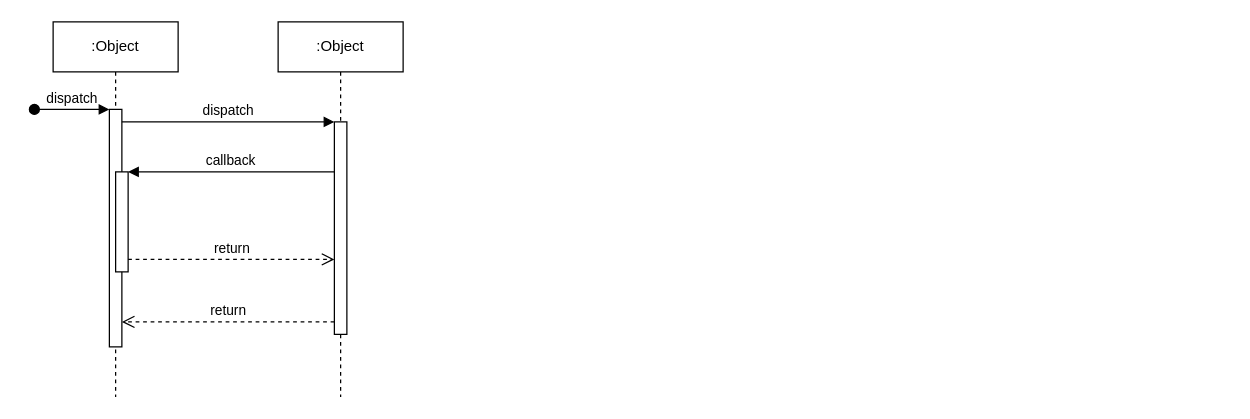
This is 시퀀스다이어그램.drawio from corrvax/toby, a draw.io file, before an edit. Source tidied: cells renumbered, new cells numbered last; positions are measured from the earlier drawing's top-left corner, leaving out a move shared by most shapes. Both pictures are drawn from the tidied source at 125%, with x=0, y=0 at pixel (34, 21).
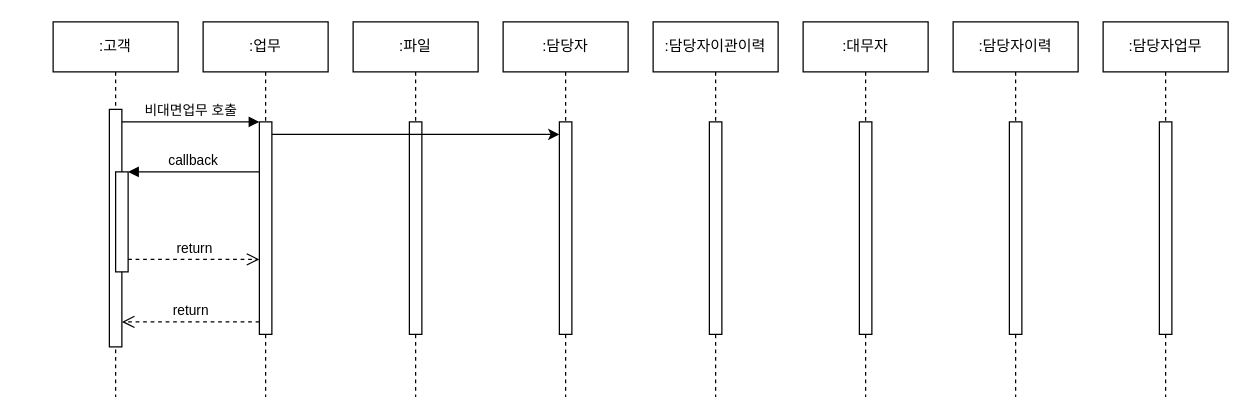
After the change.

Commit message:
시퀀스다이어그램.drawio 업데이트

Unchanged cells that the change refers to:
```xml
<mxCell id="3" style="html=1;points=[];perimeter=orthogonalPerimeter;outlineConnect=0;targetShapes=umlLifeline;portConstraint=eastwest;newEdgeStyle={&quot;edgeStyle&quot;:&quot;elbowEdgeStyle&quot;,&quot;elbow&quot;:&quot;vertical&quot;,&quot;curved&quot;:0,&quot;rounded&quot;:0};" parent="2" vertex="1">
  <mxGeometry x="45" y="70" width="10" height="190" as="geometry" />
</mxCell>
<mxCell id="7" style="html=1;points=[];perimeter=orthogonalPerimeter;outlineConnect=0;targetShapes=umlLifeline;portConstraint=eastwest;newEdgeStyle={&quot;edgeStyle&quot;:&quot;elbowEdgeStyle&quot;,&quot;elbow&quot;:&quot;vertical&quot;,&quot;curved&quot;:0,&quot;rounded&quot;:0};" parent="6" vertex="1">
  <mxGeometry x="45" y="80" width="10" height="170" as="geometry" />
</mxCell>
```

The edit, as a diff of the source:
```diff
@@
-    <mxCell id="2" value=":Object" style="shape=umlLifeline;perimeter=lifelinePerimeter;whiteSpace=wrap;html=1;newEdgeStyle={&quot;edgeStyle&quot;:&quot;elbowEdgeStyle&quot;,&quot;elbow&quot;:&quot;vertical&quot;,&quot;curved&quot;:0,&quot;rounded&quot;:0};" parent="1" vertex="1">
+    <mxCell id="2" value=":고객" style="shape=umlLifeline;perimeter=lifelinePerimeter;whiteSpace=wrap;html=1;newEdgeStyle={&quot;edgeStyle&quot;:&quot;elbowEdgeStyle&quot;,&quot;elbow&quot;:&quot;vertical&quot;,&quot;curved&quot;:0,&quot;rounded&quot;:0};" parent="1" vertex="1">
       <mxGeometry x="15" width="100" height="300" as="geometry" />
     </mxCell>
@@
-    <mxCell id="4" value="dispatch" style="html=1;verticalAlign=bottom;startArrow=oval;endArrow=block;startSize=8;edgeStyle=elbowEdgeStyle;elbow=vertical;curved=0;rounded=0;" parent="2" edge="1" target="3">
-      <mxGeometry relative="1" as="geometry">
-        <mxPoint x="-15" y="70" as="sourcePoint" />
-      </mxGeometry>
-    </mxCell>
@@
-    <mxCell id="6" value=":Object" style="shape=umlLifeline;perimeter=lifelinePerimeter;whiteSpace=wrap;html=1;newEdgeStyle={&quot;edgeStyle&quot;:&quot;elbowEdgeStyle&quot;,&quot;elbow&quot;:&quot;vertical&quot;,&quot;curved&quot;:0,&quot;rounded&quot;:0};" parent="1" vertex="1">
-      <mxGeometry x="195" width="100" height="300" as="geometry" />
+    <mxCell id="6" value=":업무" style="shape=umlLifeline;perimeter=lifelinePerimeter;whiteSpace=wrap;html=1;newEdgeStyle={&quot;edgeStyle&quot;:&quot;elbowEdgeStyle&quot;,&quot;elbow&quot;:&quot;vertical&quot;,&quot;curved&quot;:0,&quot;rounded&quot;:0};" parent="1" vertex="1">
+      <mxGeometry x="135" width="100" height="300" as="geometry" />
     </mxCell>
@@
-    <mxCell id="8" value="dispatch" style="html=1;verticalAlign=bottom;endArrow=block;edgeStyle=elbowEdgeStyle;elbow=vertical;curved=0;rounded=0;" parent="1" edge="1" source="3" target="7">
+    <mxCell id="8" value="비대면업무 호출" style="html=1;verticalAlign=bottom;endArrow=block;edgeStyle=elbowEdgeStyle;elbow=vertical;curved=0;rounded=0;" parent="1" edge="1" source="3" target="7">
       <mxGeometry relative="1" as="geometry">
         <Array as="points">
           <mxPoint x="155" y="80" />
         </Array>
       </mxGeometry>
     </mxCell>
@@
+    <mxCell id="12" value=":파일" style="shape=umlLifeline;perimeter=lifelinePerimeter;whiteSpace=wrap;html=1;newEdgeStyle={&quot;edgeStyle&quot;:&quot;elbowEdgeStyle&quot;,&quot;elbow&quot;:&quot;vertical&quot;,&quot;curved&quot;:0,&quot;rounded&quot;:0};" parent="1" vertex="1">
+      <mxGeometry x="255" width="100" height="300" as="geometry" />
+    </mxCell>
+    <mxCell id="13" style="html=1;perimeter=orthogonalPerimeter;targetShapes=umlLifeline;newEdgeStyle={&quot;edgeStyle&quot;:&quot;elbowEdgeStyle&quot;,&quot;elbow&quot;:&quot;vertical&quot;,&quot;curved&quot;:0,&quot;rounded&quot;:0};" parent="12" vertex="1">
+      <mxGeometry x="45" y="80" width="10" height="170" as="geometry" />
+    </mxCell>
+    <mxCell id="14" value=":담당자" style="shape=umlLifeline;perimeter=lifelinePerimeter;whiteSpace=wrap;html=1;newEdgeStyle={&quot;edgeStyle&quot;:&quot;elbowEdgeStyle&quot;,&quot;elbow&quot;:&quot;vertical&quot;,&quot;curved&quot;:0,&quot;rounded&quot;:0};" parent="1" vertex="1">
+      <mxGeometry x="375" width="100" height="300" as="geometry" />
+    </mxCell>
+    <mxCell id="15" style="html=1;perimeter=orthogonalPerimeter;targetShapes=umlLifeline;newEdgeStyle={&quot;edgeStyle&quot;:&quot;elbowEdgeStyle&quot;,&quot;elbow&quot;:&quot;vertical&quot;,&quot;curved&quot;:0,&quot;rounded&quot;:0};" parent="14" vertex="1">
+      <mxGeometry x="45" y="80" width="10" height="170" as="geometry" />
+    </mxCell>
+    <mxCell id="16" value=":담당자이관이력" style="shape=umlLifeline;perimeter=lifelinePerimeter;whiteSpace=wrap;html=1;newEdgeStyle={&quot;edgeStyle&quot;:&quot;elbowEdgeStyle&quot;,&quot;elbow&quot;:&quot;vertical&quot;,&quot;curved&quot;:0,&quot;rounded&quot;:0};" parent="1" vertex="1">
+      <mxGeometry x="495" width="100" height="300" as="geometry" />
+    </mxCell>
+    <mxCell id="17" style="html=1;perimeter=orthogonalPerimeter;targetShapes=umlLifeline;newEdgeStyle={&quot;edgeStyle&quot;:&quot;elbowEdgeStyle&quot;,&quot;elbow&quot;:&quot;vertical&quot;,&quot;curved&quot;:0,&quot;rounded&quot;:0};" parent="16" vertex="1">
+      <mxGeometry x="45" y="80" width="10" height="170" as="geometry" />
+    </mxCell>
+    <mxCell id="18" value=":대무자" style="shape=umlLifeline;perimeter=lifelinePerimeter;whiteSpace=wrap;html=1;newEdgeStyle={&quot;edgeStyle&quot;:&quot;elbowEdgeStyle&quot;,&quot;elbow&quot;:&quot;vertical&quot;,&quot;curved&quot;:0,&quot;rounded&quot;:0};" parent="1" vertex="1">
+      <mxGeometry x="615" width="100" height="300" as="geometry" />
+    </mxCell>
+    <mxCell id="19" style="html=1;perimeter=orthogonalPerimeter;targetShapes=umlLifeline;newEdgeStyle={&quot;edgeStyle&quot;:&quot;elbowEdgeStyle&quot;,&quot;elbow&quot;:&quot;vertical&quot;,&quot;curved&quot;:0,&quot;rounded&quot;:0};" parent="18" vertex="1">
+      <mxGeometry x="45" y="80" width="10" height="170" as="geometry" />
+    </mxCell>
+    <mxCell id="20" value=":담당자이력" style="shape=umlLifeline;perimeter=lifelinePerimeter;whiteSpace=wrap;html=1;newEdgeStyle={&quot;edgeStyle&quot;:&quot;elbowEdgeStyle&quot;,&quot;elbow&quot;:&quot;vertical&quot;,&quot;curved&quot;:0,&quot;rounded&quot;:0};" parent="1" vertex="1">
+      <mxGeometry x="735" width="100" height="300" as="geometry" />
+    </mxCell>
+    <mxCell id="21" style="html=1;perimeter=orthogonalPerimeter;targetShapes=umlLifeline;newEdgeStyle={&quot;edgeStyle&quot;:&quot;elbowEdgeStyle&quot;,&quot;elbow&quot;:&quot;vertical&quot;,&quot;curved&quot;:0,&quot;rounded&quot;:0};" parent="20" vertex="1">
+      <mxGeometry x="45" y="80" width="10" height="170" as="geometry" />
+    </mxCell>
+    <mxCell id="22" value=":담당자업무" style="shape=umlLifeline;perimeter=lifelinePerimeter;whiteSpace=wrap;html=1;newEdgeStyle={&quot;edgeStyle&quot;:&quot;elbowEdgeStyle&quot;,&quot;elbow&quot;:&quot;vertical&quot;,&quot;curved&quot;:0,&quot;rounded&quot;:0};" parent="1" vertex="1">
+      <mxGeometry x="855" width="100" height="300" as="geometry" />
+    </mxCell>
+    <mxCell id="23" style="html=1;perimeter=orthogonalPerimeter;targetShapes=umlLifeline;newEdgeStyle={&quot;edgeStyle&quot;:&quot;elbowEdgeStyle&quot;,&quot;elbow&quot;:&quot;vertical&quot;,&quot;curved&quot;:0,&quot;rounded&quot;:0};" parent="22" vertex="1">
+      <mxGeometry x="45" y="80" width="10" height="170" as="geometry" />
+    </mxCell>
+    <mxCell id="24" style="edgeStyle=none;jettySize=auto;html=1;rounded=0;" parent="1" edge="1" source="7">
+      <mxGeometry relative="1" as="geometry">
+        <mxPoint x="420" y="90" as="targetPoint" />
+      </mxGeometry>
+    </mxCell>
```
